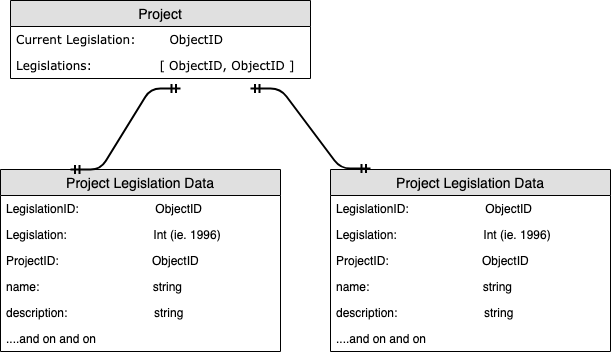
Earlier version of the draw.io export dev_guides/diagrams/EAR_model.png (bcgov/eagle-dev-guides). Source tidied: cells renumbered, new cells last; positions are measured from the earlier drawing's top-left corner, leaving out a move shared by most shapes.
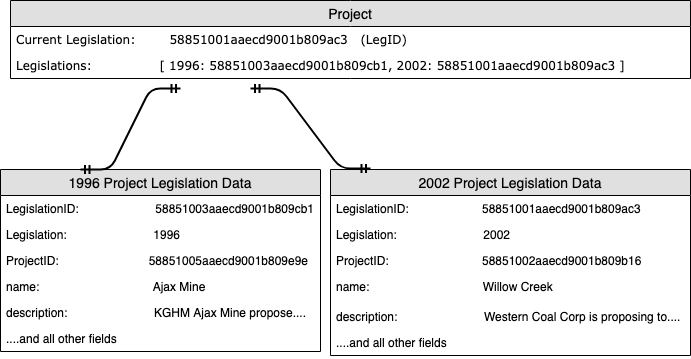
Later version of the same file.

Commit message:
fix diagram for ear model sample

The edit, as a diff of the source:
```diff
@@ -3,55 +3,55 @@
     <mxCell id="0" />
     <mxCell id="1" parent="0" />
     <mxCell id="2" value="Project" style="swimlane;fontStyle=0;horizontal=1;startSize=26;fillColor=#e0e0e0;swimlaneFillColor=#ffffff;align=center;fontSize=14;" parent="1" vertex="1">
-      <mxGeometry x="10" width="300" height="78" as="geometry" />
+      <mxGeometry x="10" width="680" height="78" as="geometry" />
     </mxCell>
-    <mxCell id="3" value="Current Legislation:        ObjectID" style="text;strokeColor=none;fillColor=none;spacingLeft=4;spacingRight=4;overflow=hidden;fontSize=12;fontFamily=Verdana;" parent="2" vertex="1">
-      <mxGeometry y="26" width="300" height="26" as="geometry" />
+    <mxCell id="3" value="Current Legislation:        58851001aaecd9001b809ac3   (LegID)" style="text;strokeColor=none;fillColor=none;spacingLeft=4;spacingRight=4;overflow=hidden;fontSize=12;fontFamily=Verdana;" parent="2" vertex="1">
+      <mxGeometry y="26" width="680" height="26" as="geometry" />
     </mxCell>
-    <mxCell id="4" value="Legislations:                [ ObjectID, ObjectID ]" style="text;strokeColor=none;fillColor=none;spacingLeft=4;spacingRight=4;overflow=hidden;fontSize=12;fontFamily=Verdana;" parent="2" vertex="1">
-      <mxGeometry y="52" width="300" height="26" as="geometry" />
+    <mxCell id="4" value="Legislations:                [ 1996: 58851003aaecd9001b809cb1, 2002: 58851001aaecd9001b809ac3 ]" style="text;strokeColor=none;fillColor=none;spacingLeft=4;spacingRight=4;overflow=hidden;fontSize=12;fontFamily=Verdana;" parent="2" vertex="1">
+      <mxGeometry y="52" width="680" height="26" as="geometry" />
     </mxCell>
-    <mxCell id="5" value="Project Legislation Data" style="swimlane;fontStyle=0;horizontal=1;startSize=26;fillColor=#e0e0e0;swimlaneFillColor=#ffffff;align=center;fontSize=14;" parent="1" vertex="1">
-      <mxGeometry y="169" width="280" height="182" as="geometry" />
+    <mxCell id="5" value="1996 Project Legislation Data" style="swimlane;fontStyle=0;horizontal=1;startSize=26;fillColor=#e0e0e0;swimlaneFillColor=#ffffff;align=center;fontSize=14;" parent="1" vertex="1">
+      <mxGeometry y="169" width="320" height="182" as="geometry" />
     </mxCell>
-    <mxCell id="6" value="LegislationID:                       ObjectID" style="text;strokeColor=none;fillColor=none;spacingLeft=4;spacingRight=4;overflow=hidden;fontSize=12;" parent="5" vertex="1">
-      <mxGeometry y="26" width="280" height="26" as="geometry" />
+    <mxCell id="6" value="LegislationID:                       58851003aaecd9001b809cb1" style="text;strokeColor=none;fillColor=none;spacingLeft=4;spacingRight=4;overflow=hidden;fontSize=12;" parent="5" vertex="1">
+      <mxGeometry y="26" width="320" height="26" as="geometry" />
     </mxCell>
-    <mxCell id="7" value="Legislation:                          Int (ie. 1996)" style="text;strokeColor=none;fillColor=none;spacingLeft=4;spacingRight=4;overflow=hidden;fontSize=12;" parent="5" vertex="1">
-      <mxGeometry y="52" width="280" height="26" as="geometry" />
+    <mxCell id="7" value="Legislation:                          1996" style="text;strokeColor=none;fillColor=none;spacingLeft=4;spacingRight=4;overflow=hidden;fontSize=12;" parent="5" vertex="1">
+      <mxGeometry y="52" width="320" height="26" as="geometry" />
     </mxCell>
-    <mxCell id="8" value="ProjectID:                            ObjectID" style="text;strokeColor=none;fillColor=none;spacingLeft=4;spacingRight=4;overflow=hidden;fontSize=12;" parent="5" vertex="1">
-      <mxGeometry y="78" width="280" height="26" as="geometry" />
+    <mxCell id="8" value="ProjectID:                           58851005aaecd9001b809e9e" style="text;strokeColor=none;fillColor=none;spacingLeft=4;spacingRight=4;overflow=hidden;fontSize=12;" parent="5" vertex="1">
+      <mxGeometry y="78" width="320" height="26" as="geometry" />
     </mxCell>
-    <mxCell id="9" value="name:                                  string" style="text;strokeColor=none;fillColor=none;spacingLeft=4;spacingRight=4;overflow=hidden;fontSize=12;" parent="5" vertex="1">
-      <mxGeometry y="104" width="280" height="26" as="geometry" />
+    <mxCell id="9" value="name:                                  Ajax Mine" style="text;strokeColor=none;fillColor=none;spacingLeft=4;spacingRight=4;overflow=hidden;fontSize=12;" parent="5" vertex="1">
+      <mxGeometry y="104" width="320" height="26" as="geometry" />
     </mxCell>
-    <mxCell id="10" value="description:                          string" style="text;strokeColor=none;fillColor=none;spacingLeft=4;spacingRight=4;overflow=hidden;fontSize=12;" parent="5" vertex="1">
-      <mxGeometry y="130" width="280" height="26" as="geometry" />
+    <mxCell id="10" value="description:                          KGHM Ajax Mine propose...." style="text;strokeColor=none;fillColor=none;spacingLeft=4;spacingRight=4;overflow=hidden;fontSize=12;" parent="5" vertex="1">
+      <mxGeometry y="130" width="320" height="26" as="geometry" />
     </mxCell>
-    <mxCell id="11" value="....and on and on" style="text;strokeColor=none;fillColor=none;spacingLeft=4;spacingRight=4;overflow=hidden;fontSize=12;" parent="5" vertex="1">
-      <mxGeometry y="156" width="280" height="26" as="geometry" />
+    <mxCell id="11" value="....and all other fields" style="text;strokeColor=none;fillColor=none;spacingLeft=4;spacingRight=4;overflow=hidden;fontSize=12;" parent="5" vertex="1">
+      <mxGeometry y="156" width="320" height="26" as="geometry" />
     </mxCell>
-    <mxCell id="12" value="Project Legislation Data" style="swimlane;fontStyle=0;horizontal=1;startSize=26;fillColor=#e0e0e0;swimlaneFillColor=#ffffff;align=center;fontSize=14;" parent="1" vertex="1">
-      <mxGeometry x="330" y="169" width="280" height="182" as="geometry" />
+    <mxCell id="12" value="2002 Project Legislation Data" style="swimlane;fontStyle=0;horizontal=1;startSize=26;fillColor=#e0e0e0;swimlaneFillColor=#ffffff;align=center;fontSize=14;" parent="1" vertex="1">
+      <mxGeometry x="330" y="169" width="360" height="186" as="geometry" />
     </mxCell>
-    <mxCell id="13" value="LegislationID:                       ObjectID" style="text;strokeColor=none;fillColor=none;spacingLeft=4;spacingRight=4;overflow=hidden;fontSize=12;" parent="12" vertex="1">
-      <mxGeometry y="26" width="280" height="26" as="geometry" />
+    <mxCell id="13" value="LegislationID:                      58851001aaecd9001b809ac3" style="text;strokeColor=none;fillColor=none;spacingLeft=4;spacingRight=4;overflow=hidden;fontSize=12;" parent="12" vertex="1">
+      <mxGeometry y="26" width="360" height="26" as="geometry" />
     </mxCell>
-    <mxCell id="14" value="Legislation:                          Int (ie. 1996)" style="text;strokeColor=none;fillColor=none;spacingLeft=4;spacingRight=4;overflow=hidden;fontSize=12;" parent="12" vertex="1">
-      <mxGeometry y="52" width="280" height="26" as="geometry" />
+    <mxCell id="14" value="Legislation:                          2002" style="text;strokeColor=none;fillColor=none;spacingLeft=4;spacingRight=4;overflow=hidden;fontSize=12;" parent="12" vertex="1">
+      <mxGeometry y="52" width="360" height="26" as="geometry" />
     </mxCell>
-    <mxCell id="15" value="ProjectID:                            ObjectID" style="text;strokeColor=none;fillColor=none;spacingLeft=4;spacingRight=4;overflow=hidden;fontSize=12;" parent="12" vertex="1">
-      <mxGeometry y="78" width="280" height="26" as="geometry" />
+    <mxCell id="15" value="ProjectID:                            58851002aaecd9001b809b16" style="text;strokeColor=none;fillColor=none;spacingLeft=4;spacingRight=4;overflow=hidden;fontSize=12;" parent="12" vertex="1">
+      <mxGeometry y="78" width="360" height="26" as="geometry" />
     </mxCell>
-    <mxCell id="16" value="name:                                  string" style="text;strokeColor=none;fillColor=none;spacingLeft=4;spacingRight=4;overflow=hidden;fontSize=12;" parent="12" vertex="1">
-      <mxGeometry y="104" width="280" height="26" as="geometry" />
+    <mxCell id="16" value="name:                                  Willow Creek" style="text;strokeColor=none;fillColor=none;spacingLeft=4;spacingRight=4;overflow=hidden;fontSize=12;" parent="12" vertex="1">
+      <mxGeometry y="104" width="360" height="30" as="geometry" />
     </mxCell>
-    <mxCell id="17" value="description:                          string" style="text;strokeColor=none;fillColor=none;spacingLeft=4;spacingRight=4;overflow=hidden;fontSize=12;" parent="12" vertex="1">
-      <mxGeometry y="130" width="280" height="26" as="geometry" />
+    <mxCell id="17" value="description:                          Western Coal Corp is proposing to...." style="text;strokeColor=none;fillColor=none;spacingLeft=4;spacingRight=4;overflow=hidden;fontSize=12;" parent="12" vertex="1">
+      <mxGeometry y="134" width="360" height="26" as="geometry" />
     </mxCell>
-    <mxCell id="18" value="....and on and on" style="text;strokeColor=none;fillColor=none;spacingLeft=4;spacingRight=4;overflow=hidden;fontSize=12;" parent="12" vertex="1">
-      <mxGeometry y="156" width="280" height="26" as="geometry" />
+    <mxCell id="18" value="....and all other fields" style="text;strokeColor=none;fillColor=none;spacingLeft=4;spacingRight=4;overflow=hidden;fontSize=12;" parent="12" vertex="1">
+      <mxGeometry y="160" width="360" height="26" as="geometry" />
     </mxCell>
     <mxCell id="19" style="edgeStyle=entityRelationEdgeStyle;fontSize=12;html=1;endArrow=ERmandOne;startArrow=ERmandOne;strokeWidth=2;exitX=0.25;exitY=0;exitDx=0;exitDy=0;" parent="1" edge="1" source="5">
       <mxGeometry relative="1" as="geometry">
```
